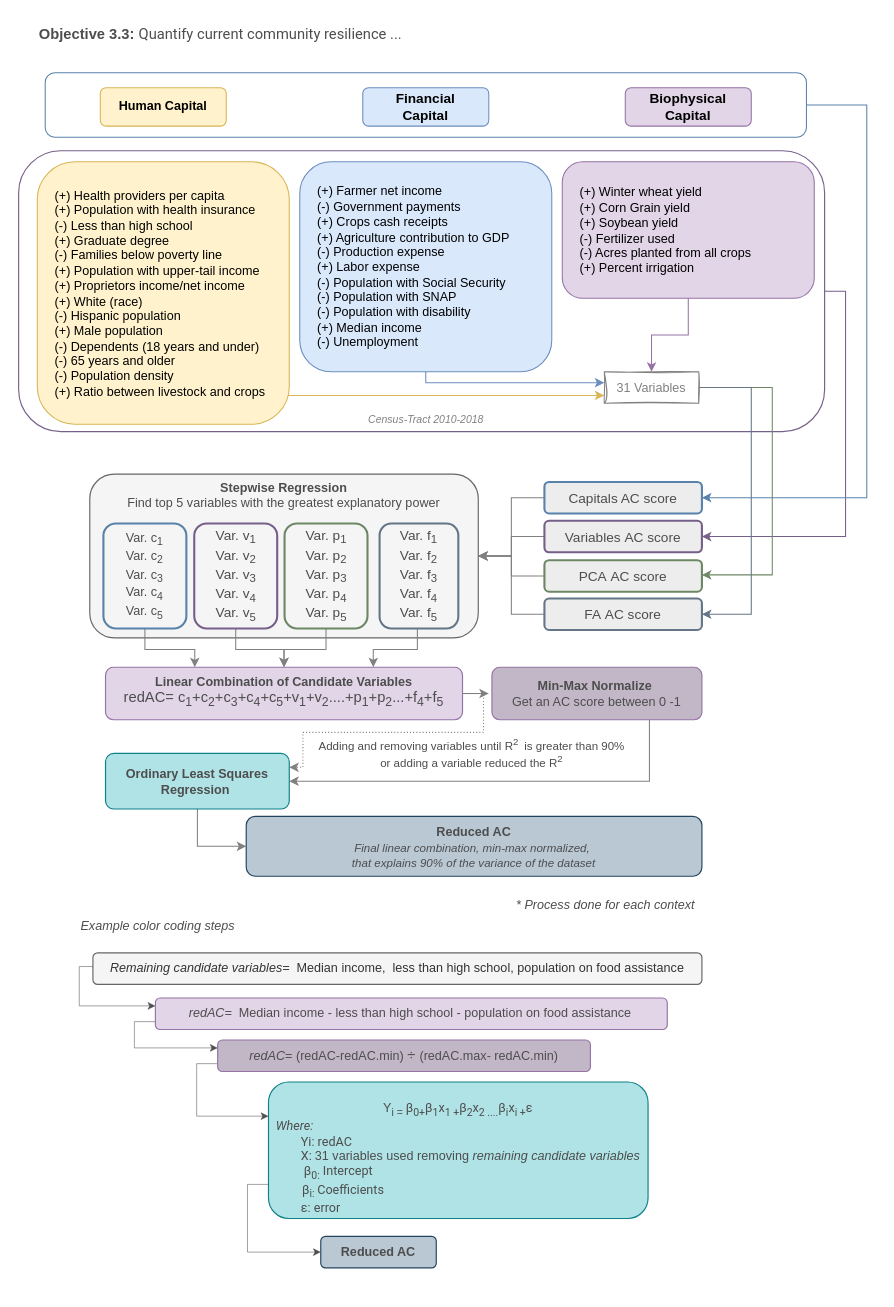
The draw.io diagram relative std deviation.drawio in dealchre/gradDrawio, before the edit. Source tidied: cells renumbered, new cells numbered last; positions are measured from the earlier drawing's top-left corner, leaving out a move shared by most shapes. Both pictures are drawn from the tidied source at 105%, with x=0, y=0 at pixel (37, -276).
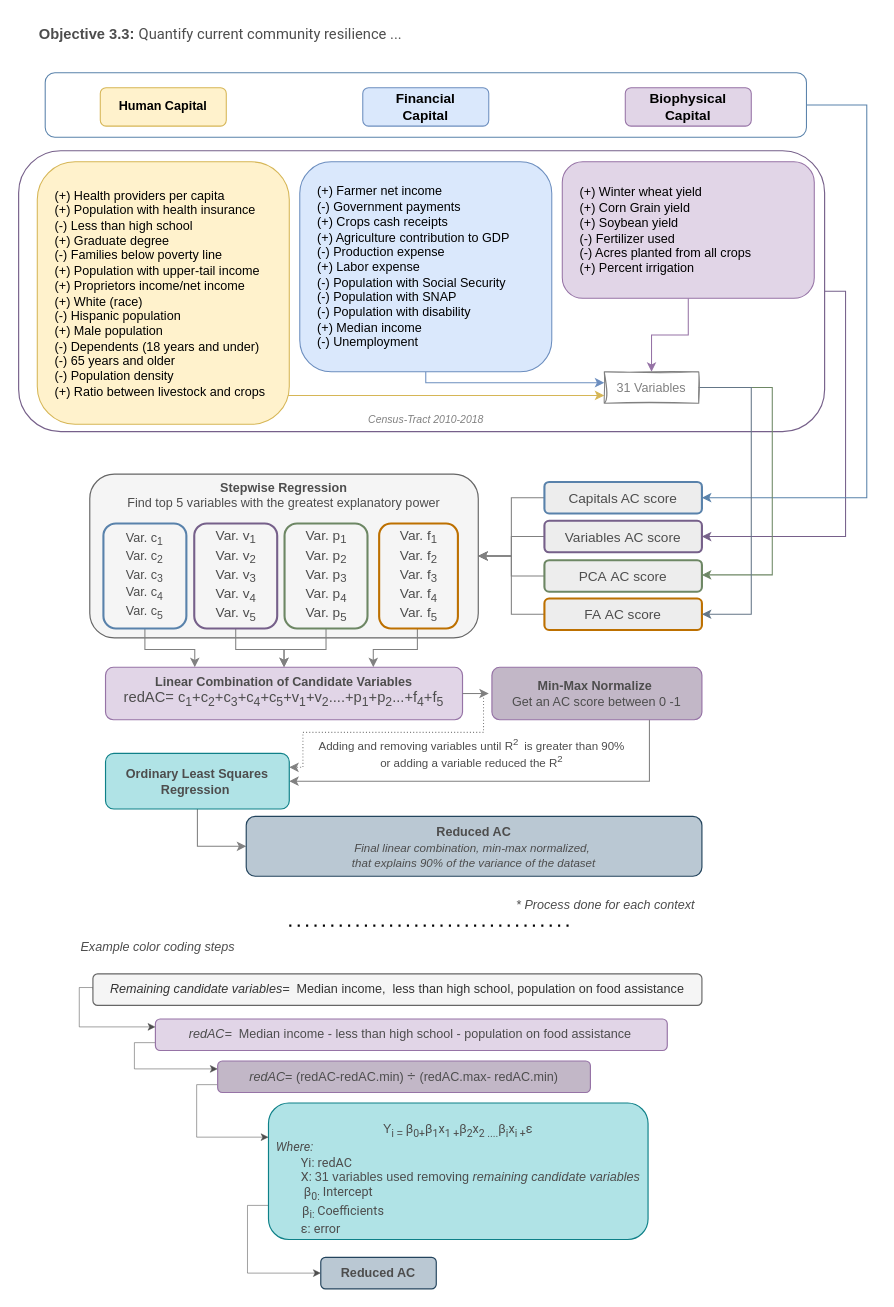
Above is the later version.

Diff of the diagram source:
```diff
@@
-    <mxCell id="9" value="&lt;font style=&quot;font-size: 13px;&quot;&gt;&lt;font style=&quot;font-size: 13px;&quot;&gt;FA&amp;nbsp;&lt;/font&gt;&lt;span style=&quot;&quot;&gt;AC score&lt;/span&gt;&lt;/font&gt;" style="text;html=1;strokeColor=#647687;fillColor=#EDEDED;align=center;verticalAlign=middle;whiteSpace=wrap;rounded=1;glass=0;shadow=0;fontColor=#4D4D4D;strokeWidth=2;" parent="1" vertex="1">
+    <mxCell id="9" value="&lt;font style=&quot;font-size: 13px;&quot;&gt;&lt;font style=&quot;font-size: 13px;&quot;&gt;FA&amp;nbsp;&lt;/font&gt;&lt;span style=&quot;&quot;&gt;AC score&lt;/span&gt;&lt;/font&gt;" style="text;html=1;strokeColor=#BD7000;fillColor=#EDEDED;align=center;verticalAlign=middle;whiteSpace=wrap;rounded=1;glass=0;shadow=0;fontColor=#4D4D4D;strokeWidth=2;" parent="1" vertex="1">
       <mxGeometry x="483" y="832.5" width="150" height="30" as="geometry" />
     </mxCell>
@@
-    <mxCell id="18" value="&lt;font style=&quot;font-size: 13px;&quot;&gt;Var. f&lt;sub&gt;1&lt;/sub&gt;&lt;/font&gt;&lt;div style=&quot;font-size: 13px;&quot;&gt;&lt;font&gt;Var. f&lt;sub&gt;2&lt;/sub&gt;&lt;/font&gt;&lt;/div&gt;&lt;div style=&quot;font-size: 13px;&quot;&gt;&lt;font&gt;Var. f&lt;sub&gt;3&lt;/sub&gt;&lt;/font&gt;&lt;/div&gt;&lt;div style=&quot;font-size: 13px;&quot;&gt;&lt;font&gt;Var. f&lt;sub&gt;4&lt;/sub&gt;&lt;/font&gt;&lt;/div&gt;&lt;div style=&quot;font-size: 13px;&quot;&gt;&lt;font&gt;Var. f&lt;sub&gt;5&lt;/sub&gt;&lt;/font&gt;&lt;/div&gt;" style="text;html=1;strokeColor=#647687;fillColor=none;align=center;verticalAlign=middle;whiteSpace=wrap;rounded=1;glass=0;shadow=0;fontColor=#4D4D4D;strokeWidth=2;" parent="1" vertex="1">
-      <mxGeometry x="326" y="761" width="75" height="100" as="geometry" />
+    <mxCell id="18" value="&lt;font style=&quot;font-size: 13px;&quot;&gt;Var. f&lt;sub&gt;1&lt;/sub&gt;&lt;/font&gt;&lt;div style=&quot;font-size: 13px;&quot;&gt;&lt;font&gt;Var. f&lt;sub&gt;2&lt;/sub&gt;&lt;/font&gt;&lt;/div&gt;&lt;div style=&quot;font-size: 13px;&quot;&gt;&lt;font&gt;Var. f&lt;sub&gt;3&lt;/sub&gt;&lt;/font&gt;&lt;/div&gt;&lt;div style=&quot;font-size: 13px;&quot;&gt;&lt;font&gt;Var. f&lt;sub&gt;4&lt;/sub&gt;&lt;/font&gt;&lt;/div&gt;&lt;div style=&quot;font-size: 13px;&quot;&gt;&lt;font&gt;Var. f&lt;sub&gt;5&lt;/sub&gt;&lt;/font&gt;&lt;/div&gt;" style="text;html=1;strokeColor=#BD7000;fillColor=none;align=center;verticalAlign=middle;whiteSpace=wrap;rounded=1;glass=0;shadow=0;fontColor=#4D4D4D;strokeWidth=2;" parent="1" vertex="1">
+      <mxGeometry x="325.6" y="761" width="75" height="100" as="geometry" />
     </mxCell>
@@
     <mxCell id="46" value="&lt;i&gt;redAC=&amp;nbsp;&lt;/i&gt; Median income - less than high school - population on food assistance&amp;nbsp;" style="whiteSpace=wrap;html=1;verticalAlign=middle;fillColor=#e1d5e7;strokeColor=#9673a6;rounded=1;strokeWidth=1.1;labelBorderColor=none;labelBackgroundColor=none;fontColor=#4D4D4D;align=center;fontFamily=Helvetica;fontSize=12;gradientColor=none;" parent="1" vertex="1">
-      <mxGeometry x="112.5" y="1213" width="487.5" height="30" as="geometry" />
+      <mxGeometry x="112.5" y="1233" width="487.5" height="30" as="geometry" />
     </mxCell>
@@
     <mxCell id="48" value="&lt;div style=&quot;&quot;&gt;&lt;i&gt;redAC&lt;/i&gt;= (&lt;span style=&quot;background-color: initial;&quot;&gt;redAC-&lt;/span&gt;&lt;span style=&quot;background-color: initial;&quot;&gt;redAC.min)&amp;nbsp;&lt;/span&gt;&lt;span style=&quot;text-align: left;&quot;&gt;&lt;font style=&quot;font-size: 14px;&quot; face=&quot;Helvetica&quot;&gt;÷&amp;nbsp;&lt;/font&gt;&lt;/span&gt;&lt;span style=&quot;background-color: initial;&quot;&gt;(&lt;/span&gt;&lt;span style=&quot;background-color: initial;&quot;&gt;redAC.max-&amp;nbsp;&lt;/span&gt;&lt;span style=&quot;background-color: initial;&quot;&gt;redAC.min)&lt;/span&gt;&lt;/div&gt;" style="text;html=1;strokeColor=#9673a6;fillColor=#C2B7C7;align=center;verticalAlign=middle;whiteSpace=wrap;rounded=1;fontSize=12;strokeWidth=1.1;labelBorderColor=none;labelBackgroundColor=none;fontColor=#4D4D4D;" parent="1" vertex="1">
-      <mxGeometry x="171.8" y="1253" width="355" height="30" as="geometry" />
+      <mxGeometry x="171.8" y="1273" width="355" height="30" as="geometry" />
     </mxCell>
@@
     <mxCell id="50" value="&lt;div&gt;&lt;font style=&quot;font-size: 12px;&quot;&gt;&lt;br&gt;&lt;/font&gt;&lt;/div&gt;&lt;div&gt;&lt;font style=&quot;font-size: 12px;&quot;&gt;Y&lt;sub&gt;i =&amp;nbsp;&lt;/sub&gt;&lt;span style=&quot;font-family: &amp;quot;Google Sans&amp;quot;, Roboto, Arial, sans-serif; text-align: left;&quot;&gt;β&lt;sub style=&quot;&quot;&gt;0+&lt;/sub&gt;&lt;/span&gt;&lt;span style=&quot;font-family: &amp;quot;Google Sans&amp;quot;, Roboto, Arial, sans-serif; text-align: left;&quot;&gt;β&lt;sub&gt;1&lt;/sub&gt;x&lt;sub&gt;1 +&lt;/sub&gt;&lt;/span&gt;&lt;span style=&quot;font-family: &amp;quot;Google Sans&amp;quot;, Roboto, Arial, sans-serif; text-align: left;&quot;&gt;β&lt;/span&gt;&lt;span style=&quot;font-family: &amp;quot;Google Sans&amp;quot;, Roboto, Arial, sans-serif; text-align: left;&quot;&gt;&lt;sub&gt;2&lt;/sub&gt;&lt;/span&gt;&lt;span style=&quot;font-family: &amp;quot;Google Sans&amp;quot;, Roboto, Arial, sans-serif; text-align: left;&quot;&gt;&lt;span style=&quot;&quot;&gt;x&lt;sub&gt;2&lt;/sub&gt;&lt;/span&gt;&lt;sub style=&quot;&quot;&gt;&amp;nbsp;....&lt;/sub&gt;&lt;/span&gt;&lt;span style=&quot;font-family: &amp;quot;Google Sans&amp;quot;, Roboto, Arial, sans-serif; text-align: left;&quot;&gt;β&lt;/span&gt;&lt;span style=&quot;font-family: &amp;quot;Google Sans&amp;quot;, Roboto, Arial, sans-serif; text-align: left;&quot;&gt;&lt;span style=&quot;&quot;&gt;&lt;sub&gt;i&lt;/sub&gt;&lt;/span&gt;&lt;span style=&quot;&quot;&gt;x&lt;sub&gt;i&lt;/sub&gt;&lt;/span&gt;&lt;sub style=&quot;&quot;&gt;&amp;nbsp;+&lt;/sub&gt;&lt;/span&gt;&lt;span style=&quot;font-family: &amp;quot;Google Sans&amp;quot;, Roboto, Arial, sans-serif; text-align: left;&quot;&gt;ε&lt;/span&gt;&lt;/font&gt;&lt;/div&gt;&lt;div style=&quot;text-align: left;&quot;&gt;&lt;font style=&quot;font-size: 12px;&quot; face=&quot;Google Sans, Roboto, Arial, sans-serif&quot;&gt;&lt;i&gt;Where:&lt;/i&gt;&amp;nbsp;&lt;/font&gt;&lt;/div&gt;&lt;div style=&quot;text-align: left;&quot;&gt;&lt;font style=&quot;font-size: 12px;&quot; face=&quot;Google Sans, Roboto, Arial, sans-serif&quot;&gt;&lt;span style=&quot;white-space: pre;&quot;&gt;&#9;&lt;/span&gt;Yi: redAC&lt;/font&gt;&lt;/div&gt;&lt;div style=&quot;text-align: left;&quot;&gt;&lt;font style=&quot;font-size: 12px;&quot;&gt;&lt;font style=&quot;font-size: 12px;&quot; face=&quot;Google Sans, Roboto, Arial, sans-serif&quot;&gt;&lt;span style=&quot;white-space: pre;&quot;&gt;&#9;&lt;/span&gt;X:&amp;nbsp;&lt;/font&gt;&lt;span style=&quot;background-color: initial; text-align: center;&quot;&gt;31 variables used removing &lt;i&gt;remaining candidate variables&lt;/i&gt;&lt;/span&gt;&lt;/font&gt;&lt;/div&gt;&lt;div style=&quot;text-align: left;&quot;&gt;&lt;font style=&quot;font-size: 12px;&quot;&gt;&lt;span style=&quot;background-color: initial; text-align: center;&quot;&gt;&lt;i&gt;&lt;span style=&quot;white-space: pre;&quot;&gt;&lt;span style=&quot;white-space: pre;&quot;&gt;&#9;&lt;/span&gt;&lt;/span&gt;&lt;/i&gt;&lt;/span&gt;&lt;/font&gt;&lt;span style=&quot;background-color: initial; font-family: &amp;quot;Google Sans&amp;quot;, Roboto, Arial, sans-serif;&quot;&gt;β&lt;sub&gt;0:&lt;/sub&gt; Intercept&lt;/span&gt;&lt;/div&gt;&lt;div style=&quot;text-align: left;&quot;&gt;&lt;sub style=&quot;text-align: center;&quot;&gt;&amp;nbsp;&lt;span style=&quot;white-space: pre;&quot;&gt;&#9;&amp;nbsp;&lt;/span&gt;&lt;/sub&gt;&lt;span style=&quot;font-family: &amp;quot;Google Sans&amp;quot;, Roboto, Arial, sans-serif;&quot;&gt;β&lt;sub&gt;i: &lt;/sub&gt;Coefficients&lt;/span&gt;&lt;span style=&quot;background-color: initial; font-family: &amp;quot;Google Sans&amp;quot;, Roboto, Arial, sans-serif;&quot;&gt;&lt;sub&gt;&lt;br&gt;&lt;/sub&gt;&lt;/span&gt;&lt;/div&gt;&lt;div style=&quot;text-align: left;&quot;&gt;&lt;span style=&quot;background-color: initial; font-family: &amp;quot;Google Sans&amp;quot;, Roboto, Arial, sans-serif;&quot;&gt;&lt;span style=&quot;white-space: pre;&quot;&gt;&#9;&lt;/span&gt;ε: error&lt;/span&gt;&lt;/div&gt;&lt;div style=&quot;text-align: left;&quot;&gt;&lt;/div&gt;" style="whiteSpace=wrap;html=1;verticalAlign=middle;fillColor=#b0e3e6;strokeColor=#0e8088;rounded=1;strokeWidth=1.1;labelBorderColor=none;labelBackgroundColor=none;fontColor=#4D4D4D;" parent="1" vertex="1">
-      <mxGeometry x="220.2" y="1293" width="361.5" height="130" as="geometry" />
+      <mxGeometry x="220.2" y="1313" width="361.5" height="130" as="geometry" />
     </mxCell>
     <mxCell id="51" style="edgeStyle=orthogonalEdgeStyle;rounded=0;jettySize=auto;html=1;exitX=0;exitY=0.5;exitDx=0;exitDy=0;entryX=0;entryY=0.25;entryDx=0;entryDy=0;strokeColor=#4D4D4D;strokeWidth=0.5;" parent="1" edge="1" source="52" target="46">
       <mxGeometry relative="1" as="geometry">
         <Array as="points">
-          <mxPoint x="40" y="1183" />
-          <mxPoint x="40" y="1221" />
+          <mxPoint x="40" y="1203" />
+          <mxPoint x="40" y="1241" />
         </Array>
       </mxGeometry>
     </mxCell>
     <mxCell id="52" value="&lt;i&gt;Remaining candidate variables=&lt;/i&gt;&amp;nbsp; Median income,&amp;nbsp; less than high school, population on food assistance" style="whiteSpace=wrap;html=1;verticalAlign=middle;fillColor=#f5f5f5;strokeColor=#666666;rounded=1;strokeWidth=1.1;labelBorderColor=none;labelBackgroundColor=none;fontColor=#333333;align=center;fontFamily=Helvetica;fontSize=12;" parent="1" vertex="1">
-      <mxGeometry x="53" y="1170" width="580" height="30" as="geometry" />
+      <mxGeometry x="53" y="1190" width="580" height="30" as="geometry" />
     </mxCell>
     <mxCell id="53" value="&lt;div style=&quot;&quot;&gt;&lt;b&gt;Reduced AC&lt;/b&gt;&lt;/div&gt;" style="text;html=1;strokeColor=#23445d;fillColor=#bac8d3;align=center;verticalAlign=middle;whiteSpace=wrap;rounded=1;fontSize=12;strokeWidth=1.1;labelBorderColor=none;labelBackgroundColor=none;fontColor=#4D4D4D;" parent="1" vertex="1">
-      <mxGeometry x="270" y="1440" width="110" height="30" as="geometry" />
+      <mxGeometry x="270" y="1460" width="110" height="30" as="geometry" />
     </mxCell>
     <mxCell id="54" value="Example color coding steps" style="text;html=1;align=center;verticalAlign=middle;whiteSpace=wrap;rounded=0;fontStyle=2;fontColor=#4D4D4D;" parent="1" vertex="1">
-      <mxGeometry x="35" y="1130" width="160" height="30" as="geometry" />
+      <mxGeometry x="35" y="1150" width="160" height="30" as="geometry" />
     </mxCell>
@@
+    <mxCell id="56" style="endArrow=none;dashed=1;html=1;dashPattern=1 3;strokeWidth=2;rounded=0;" parent="1" edge="1">
+      <mxGeometry relative="1" as="geometry">
+        <mxPoint x="240" y="1144" as="sourcePoint" />
+        <mxPoint x="510" y="1144" as="targetPoint" />
+      </mxGeometry>
+    </mxCell>
```
